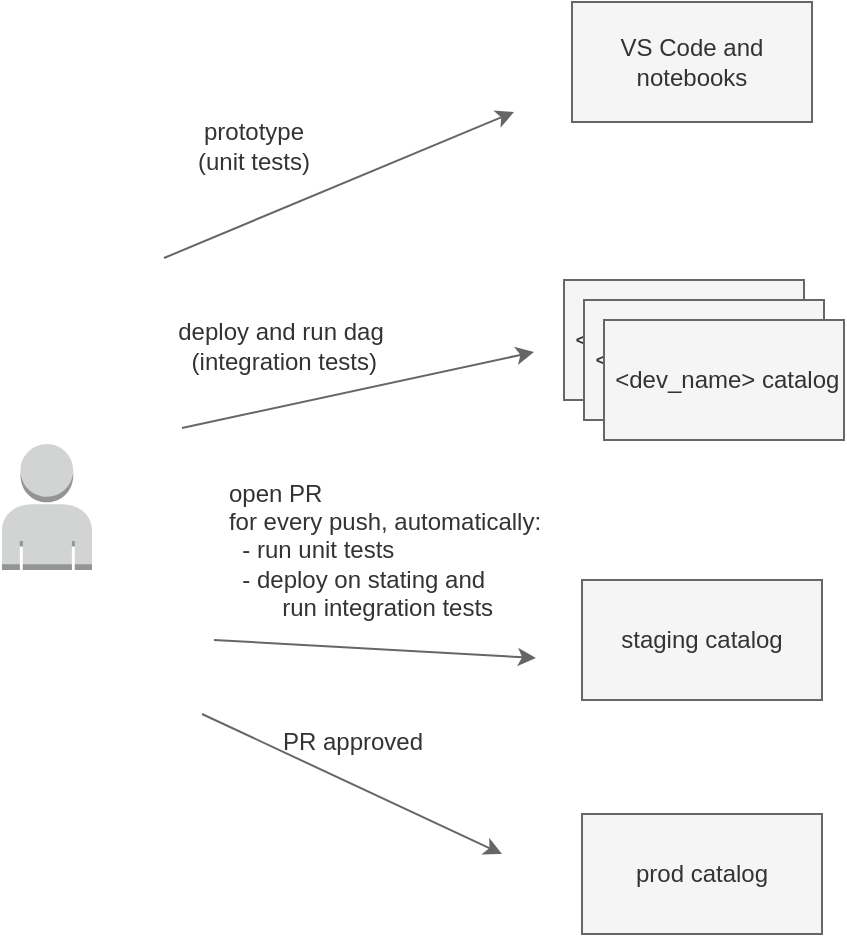
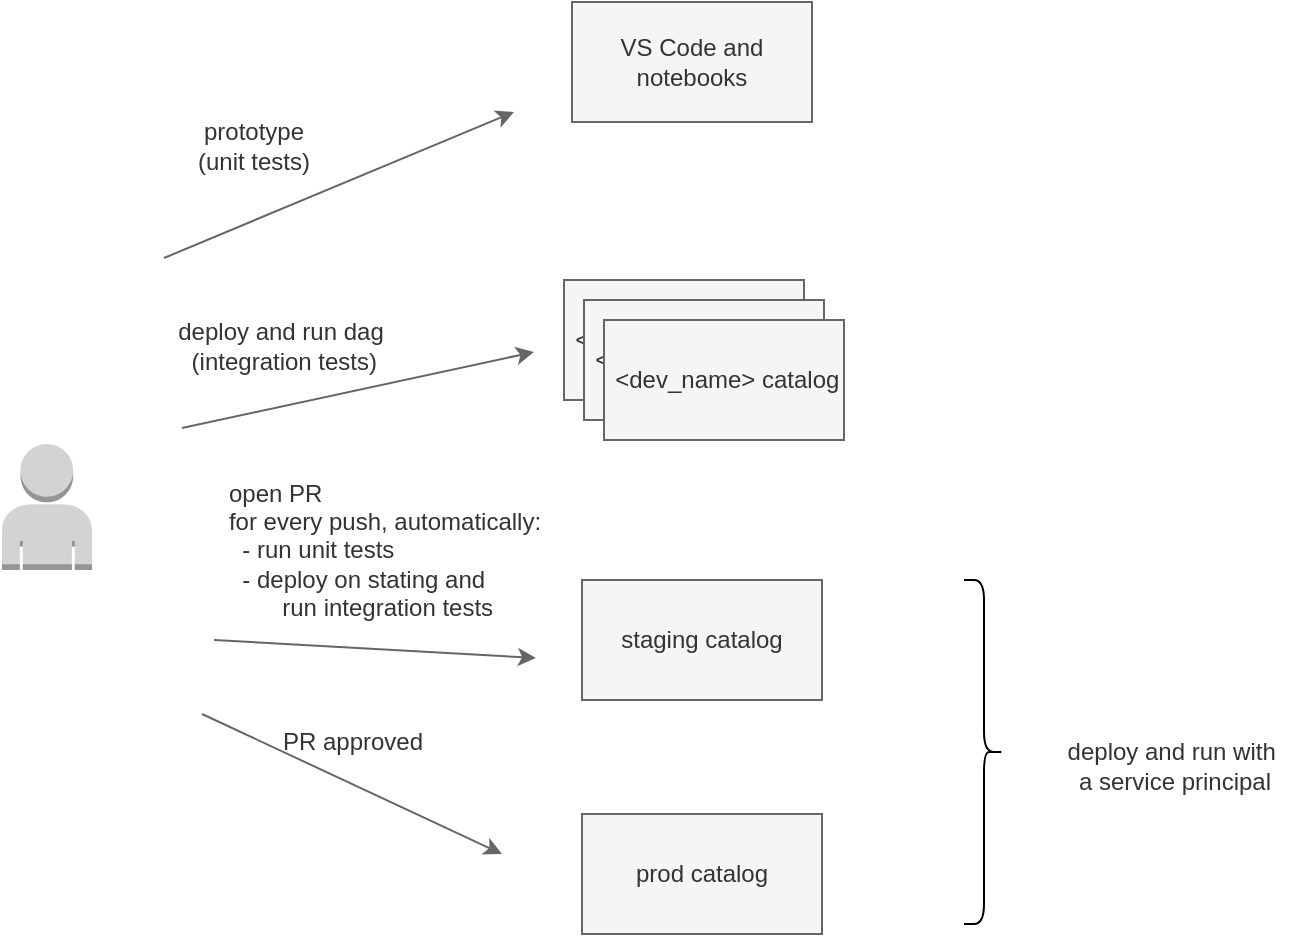
- <mxfile host="65bd71144e">
+ <mxfile host="65bd71144e" scale="1" border="20">
    <diagram id="mtFdcSvoKdh9C-5KIGSu" name="Page-1">
-         <mxGraphModel dx="1237" dy="612" grid="0" gridSize="10" guides="1" tooltips="1" connect="1" arrows="1" fold="1" page="1" pageScale="1" pageWidth="1200" pageHeight="1100" background="#ffffff" math="0" shadow="0">
+         <mxGraphModel dx="1237" dy="432" grid="0" gridSize="10" guides="1" tooltips="1" connect="1" arrows="1" fold="1" page="1" pageScale="1" pageWidth="1200" pageHeight="1100" background="#ffffff" math="0" shadow="0">
            <root>
                <mxCell id="0"/>
                <mxCell id="1" parent="0"/>
                <mxCell id="2" value="VS Code and notebooks" style="rounded=0;whiteSpace=wrap;html=1;fillColor=#f5f5f5;fontColor=#333333;strokeColor=#666666;" parent="1" vertex="1">
                    <mxGeometry x="402" y="134" width="120" height="60" as="geometry"/>
                </mxCell>
                <mxCell id="3" value="prototype&lt;div&gt;(unit tests)&lt;/div&gt;" style="text;html=1;strokeColor=none;fillColor=none;align=center;verticalAlign=middle;whiteSpace=wrap;rounded=0;fontColor=#333333;" parent="1" vertex="1">
                    <mxGeometry x="213" y="191" width="60" height="30" as="geometry"/>
                </mxCell>
                <mxCell id="5" value="&lt;font style=&quot;font-size: 12px;&quot;&gt;&amp;nbsp;&amp;lt;dev_name&amp;gt; catalog&lt;/font&gt;" style="rounded=0;whiteSpace=wrap;html=1;fillColor=#f5f5f5;fontColor=#333333;strokeColor=#666666;" parent="1" vertex="1">
                    <mxGeometry x="398" y="273" width="120" height="60" as="geometry"/>
                </mxCell>
                <mxCell id="6" value="staging catalog" style="rounded=0;whiteSpace=wrap;html=1;fillColor=#f5f5f5;fontColor=#333333;strokeColor=#666666;" parent="1" vertex="1">
                    <mxGeometry x="407" y="423" width="120" height="60" as="geometry"/>
                </mxCell>
                <mxCell id="8" value="prod catalog" style="rounded=0;whiteSpace=wrap;html=1;fillColor=#f5f5f5;fontColor=#333333;strokeColor=#666666;" parent="1" vertex="1">
                    <mxGeometry x="407" y="540" width="120" height="60" as="geometry"/>
                </mxCell>
                <mxCell id="9" value="" style="endArrow=classic;html=1;fillColor=#f5f5f5;strokeColor=#666666;" parent="1" edge="1">
                    <mxGeometry width="50" height="50" relative="1" as="geometry">
                        <mxPoint x="223" y="453" as="sourcePoint"/>
                        <mxPoint x="384" y="462" as="targetPoint"/>
                    </mxGeometry>
                </mxCell>
                <mxCell id="10" value="" style="endArrow=classic;html=1;fillColor=#f5f5f5;strokeColor=#666666;" parent="1" edge="1">
                    <mxGeometry width="50" height="50" relative="1" as="geometry">
                        <mxPoint x="207" y="347" as="sourcePoint"/>
                        <mxPoint x="383" y="309" as="targetPoint"/>
                    </mxGeometry>
                </mxCell>
                <mxCell id="11" value="" style="endArrow=classic;html=1;fillColor=#f5f5f5;strokeColor=#666666;" parent="1" edge="1">
                    <mxGeometry width="50" height="50" relative="1" as="geometry">
                        <mxPoint x="198" y="262" as="sourcePoint"/>
                        <mxPoint x="373" y="189" as="targetPoint"/>
                    </mxGeometry>
                </mxCell>
                <mxCell id="12" value="deploy and run dag&lt;div&gt;&lt;span style=&quot;background-color: transparent;&quot;&gt;&amp;nbsp;(integration tests)&lt;/span&gt;&lt;/div&gt;" style="text;html=1;align=center;verticalAlign=middle;resizable=0;points=[];autosize=1;strokeColor=none;fillColor=none;fontColor=#333333;" parent="1" vertex="1">
                    <mxGeometry x="195" y="285" width="121" height="41" as="geometry"/>
                </mxCell>
                <mxCell id="13" value="&lt;div style=&quot;text-align: left;&quot;&gt;&lt;span style=&quot;background-color: initial;&quot;&gt;open PR&lt;/span&gt;&lt;/div&gt;&lt;div style=&quot;text-align: left;&quot;&gt;&lt;span style=&quot;background-color: initial;&quot;&gt;for every push, automatically:&lt;/span&gt;&lt;/div&gt;&lt;div style=&quot;text-align: left;&quot;&gt;&lt;span style=&quot;background-color: initial;&quot;&gt;&amp;nbsp; - run unit tests&lt;/span&gt;&lt;/div&gt;&lt;div style=&quot;text-align: left;&quot;&gt;&lt;span style=&quot;background-color: initial;&quot;&gt;&amp;nbsp; - deploy on stating and&amp;nbsp;&lt;/span&gt;&lt;/div&gt;&lt;div style=&quot;text-align: left;&quot;&gt;&lt;span style=&quot;background-color: initial;&quot;&gt;&lt;span style=&quot;white-space: pre;&quot;&gt;&#x9;&lt;/span&gt;run&amp;nbsp;&lt;/span&gt;&lt;span style=&quot;background-color: initial;&quot;&gt;integration tests&lt;/span&gt;&lt;/div&gt;" style="text;html=1;align=center;verticalAlign=middle;resizable=0;points=[];autosize=1;strokeColor=none;fillColor=none;fontColor=#333333;" parent="1" vertex="1">
                    <mxGeometry x="221" y="366" width="174" height="84" as="geometry"/>
                </mxCell>
                <mxCell id="14" value="&lt;div style=&quot;text-align: left;&quot;&gt;PR approved&lt;/div&gt;" style="text;html=1;align=center;verticalAlign=middle;resizable=0;points=[];autosize=1;strokeColor=none;fillColor=none;fontColor=#333333;" parent="1" vertex="1">
                    <mxGeometry x="247" y="489" width="90" height="30" as="geometry"/>
                </mxCell>
                <mxCell id="15" value="" style="endArrow=classic;html=1;fillColor=#f5f5f5;strokeColor=#666666;" parent="1" edge="1">
                    <mxGeometry width="50" height="50" relative="1" as="geometry">
                        <mxPoint x="217" y="490" as="sourcePoint"/>
                        <mxPoint x="367" y="560" as="targetPoint"/>
                    </mxGeometry>
                </mxCell>
                <mxCell id="18" value="" style="outlineConnect=0;dashed=0;verticalLabelPosition=bottom;verticalAlign=top;align=center;html=1;shape=mxgraph.aws3.user;fillColor=#D2D3D3;gradientColor=none;" parent="1" vertex="1">
                    <mxGeometry x="117" y="355" width="45" height="63" as="geometry"/>
                </mxCell>
                <mxCell id="25" value="&lt;font style=&quot;font-size: 12px;&quot;&gt;&amp;nbsp;&amp;lt;dev_name&amp;gt; catalog&lt;/font&gt;" style="rounded=0;whiteSpace=wrap;html=1;fillColor=#f5f5f5;fontColor=#333333;strokeColor=#666666;" parent="1" vertex="1">
                    <mxGeometry x="408" y="283" width="120" height="60" as="geometry"/>
                </mxCell>
                <mxCell id="26" value="&lt;font style=&quot;font-size: 12px;&quot;&gt;&amp;nbsp;&amp;lt;dev_name&amp;gt; catalog&lt;/font&gt;" style="rounded=0;whiteSpace=wrap;html=1;fillColor=#f5f5f5;fontColor=#333333;strokeColor=#666666;" parent="1" vertex="1">
                    <mxGeometry x="418" y="293" width="120" height="60" as="geometry"/>
                </mxCell>
+                 <mxCell id="27" value="" style="shape=curlyBracket;whiteSpace=wrap;html=1;rounded=1;flipH=1;labelPosition=right;verticalLabelPosition=middle;align=left;verticalAlign=middle;" vertex="1" parent="1">
+                     <mxGeometry x="598" y="423" width="20" height="172" as="geometry"/>
+                 </mxCell>
+                 <mxCell id="28" value="deploy and run with&amp;nbsp;&lt;div&gt;a service principal&lt;br&gt;&lt;/div&gt;" style="text;html=1;align=center;verticalAlign=middle;resizable=0;points=[];autosize=1;strokeColor=none;fillColor=none;fontColor=#333333;" vertex="1" parent="1">
+                     <mxGeometry x="640" y="495" width="125" height="41" as="geometry"/>
+                 </mxCell>
            </root>
        </mxGraphModel>
    </diagram>
</mxfile>